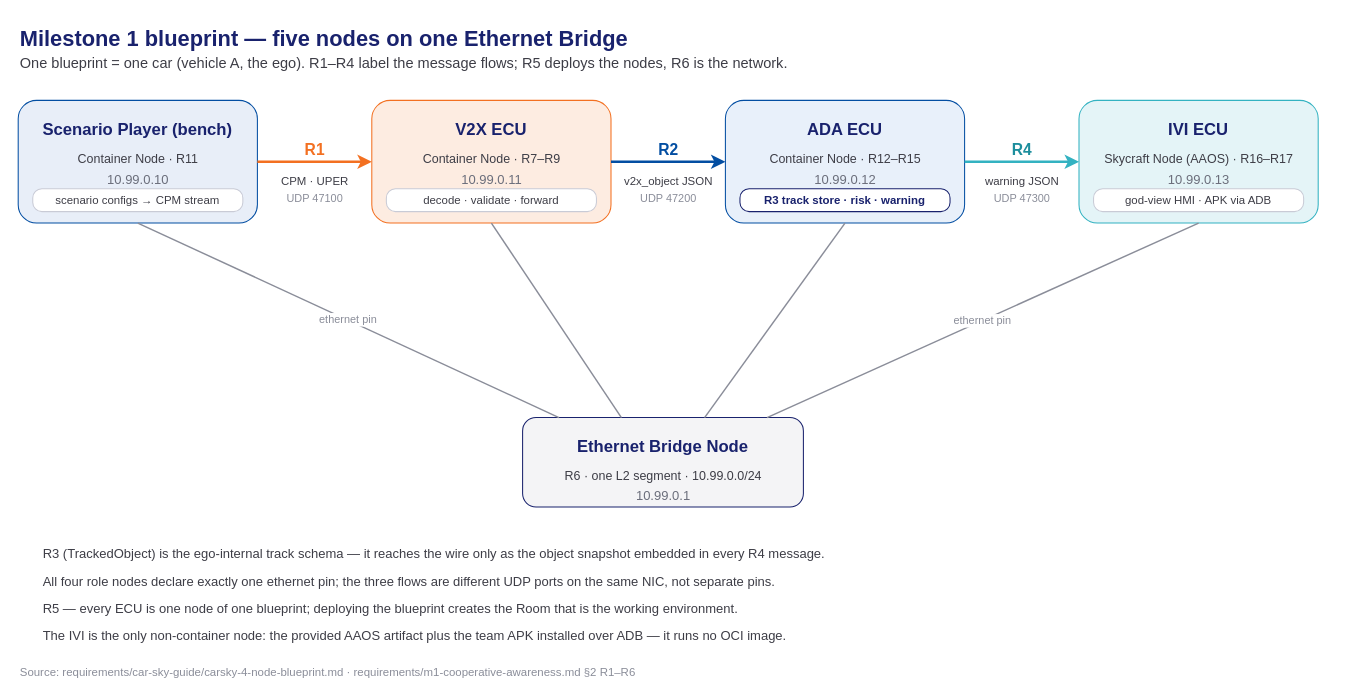
This is presentation/assets/m1-blueprint-5-nodes.drawio from mnpham2101/FPT-Hackathon2026, a draw.io file, before an edit. Source tidied: cells renumbered, new cells numbered last; positions are measured from the earlier drawing's top-left corner, leaving out a move shared by most shapes. Both pictures are drawn from the tidied source at 104%, with x=0, y=0 at pixel (18, 18).
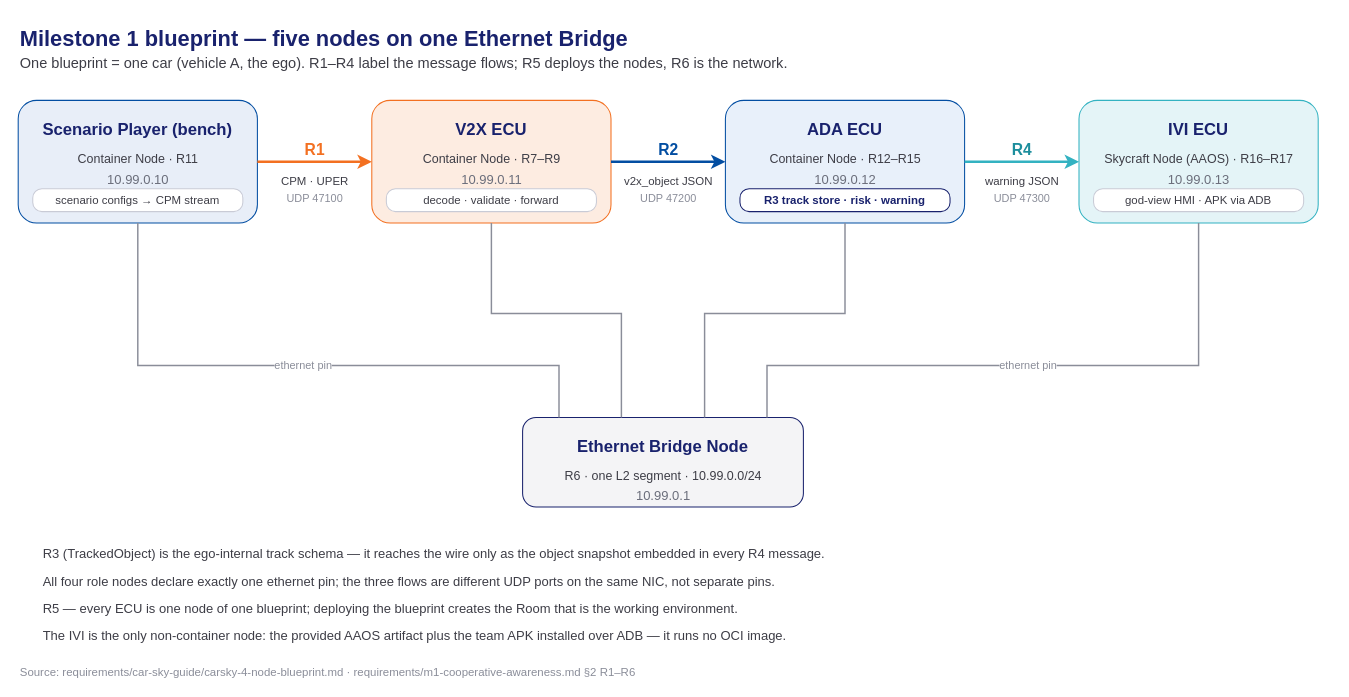
The same diagram, later.

Commit message (it also covers changes not shown here):
docs: restructure the Phase 0 design deck and add its stack and call-flow diagrams

The edit, as a diff of the source:
```diff
@@
-    <mxCell id="32" value="ethernet pin" style="endArrow=none;html=1;strokeColor=#8a8d99;strokeWidth=1.4;fontSize=10.5;fontColor=#8a8d99;" parent="1" edge="1">
+    <mxCell id="32" value="ethernet pin" style="edgeStyle=orthogonalEdgeStyle;rounded=0;endArrow=none;html=1;strokeColor=#8a8d99;strokeWidth=1.4;fontSize=10.5;fontColor=#8a8d99;" parent="1" edge="1">
       <mxGeometry relative="1" as="geometry">
         <mxPoint x="115" y="197" as="sourcePoint" />
         <mxPoint x="520" y="384" as="targetPoint" />
+        <Array as="points">
+          <mxPoint x="115" y="334" />
+          <mxPoint x="520" y="334" />
+        </Array>
       </mxGeometry>
     </mxCell>
-    <mxCell id="33" style="endArrow=none;html=1;strokeColor=#8a8d99;strokeWidth=1.4;" parent="1" edge="1">
+    <mxCell id="33" style="edgeStyle=orthogonalEdgeStyle;rounded=0;endArrow=none;html=1;strokeColor=#8a8d99;strokeWidth=1.4;" parent="1" edge="1">
       <mxGeometry relative="1" as="geometry">
         <mxPoint x="455" y="197" as="sourcePoint" />
         <mxPoint x="580" y="384" as="targetPoint" />
+        <Array as="points">
+          <mxPoint x="455" y="284" />
+          <mxPoint x="580" y="284" />
+        </Array>
       </mxGeometry>
     </mxCell>
-    <mxCell id="34" style="endArrow=none;html=1;strokeColor=#8a8d99;strokeWidth=1.4;" parent="1" edge="1">
+    <mxCell id="34" style="edgeStyle=orthogonalEdgeStyle;rounded=0;endArrow=none;html=1;strokeColor=#8a8d99;strokeWidth=1.4;" parent="1" edge="1">
       <mxGeometry relative="1" as="geometry">
         <mxPoint x="795" y="197" as="sourcePoint" />
         <mxPoint x="660" y="384" as="targetPoint" />
+        <Array as="points">
+          <mxPoint x="795" y="284" />
+          <mxPoint x="660" y="284" />
+        </Array>
       </mxGeometry>
     </mxCell>
-    <mxCell id="35" value="ethernet pin" style="endArrow=none;html=1;strokeColor=#8a8d99;strokeWidth=1.4;fontSize=10.5;fontColor=#8a8d99;" parent="1" edge="1">
+    <mxCell id="35" value="ethernet pin" style="edgeStyle=orthogonalEdgeStyle;rounded=0;endArrow=none;html=1;strokeColor=#8a8d99;strokeWidth=1.4;fontSize=10.5;fontColor=#8a8d99;" parent="1" edge="1">
       <mxGeometry relative="1" as="geometry">
         <mxPoint x="1135" y="197" as="sourcePoint" />
         <mxPoint x="720" y="384" as="targetPoint" />
+        <Array as="points">
+          <mxPoint x="1135" y="334" />
+          <mxPoint x="720" y="334" />
+        </Array>
       </mxGeometry>
     </mxCell>
```
